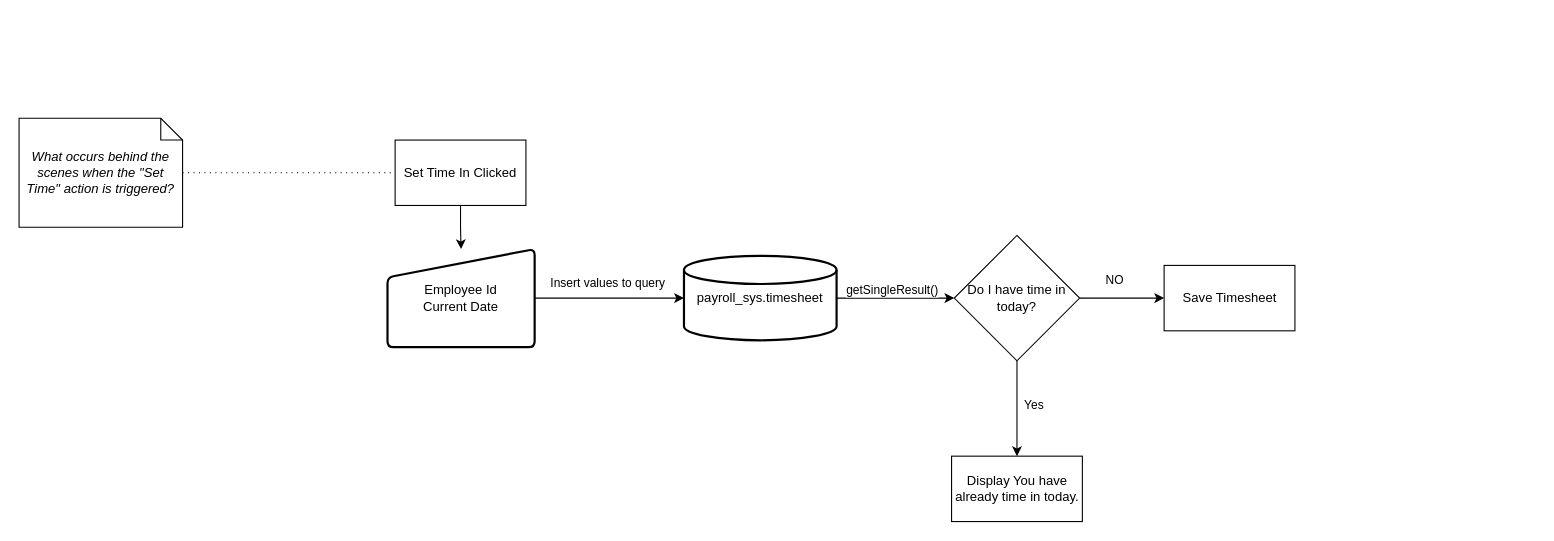
Above: page "Saving Time In Process" (1 of 2) of Untitled Diagram.drawio in mmdc-j-abejo/draw (draw.io), before the change. Source tidied: cells renumbered, new cells numbered last; positions are measured from the earlier drawing's top-left corner, leaving out a move shared by most shapes. Both pictures are drawn from the tidied source at 109%, with x=0, y=0 at pixel (19, 118).
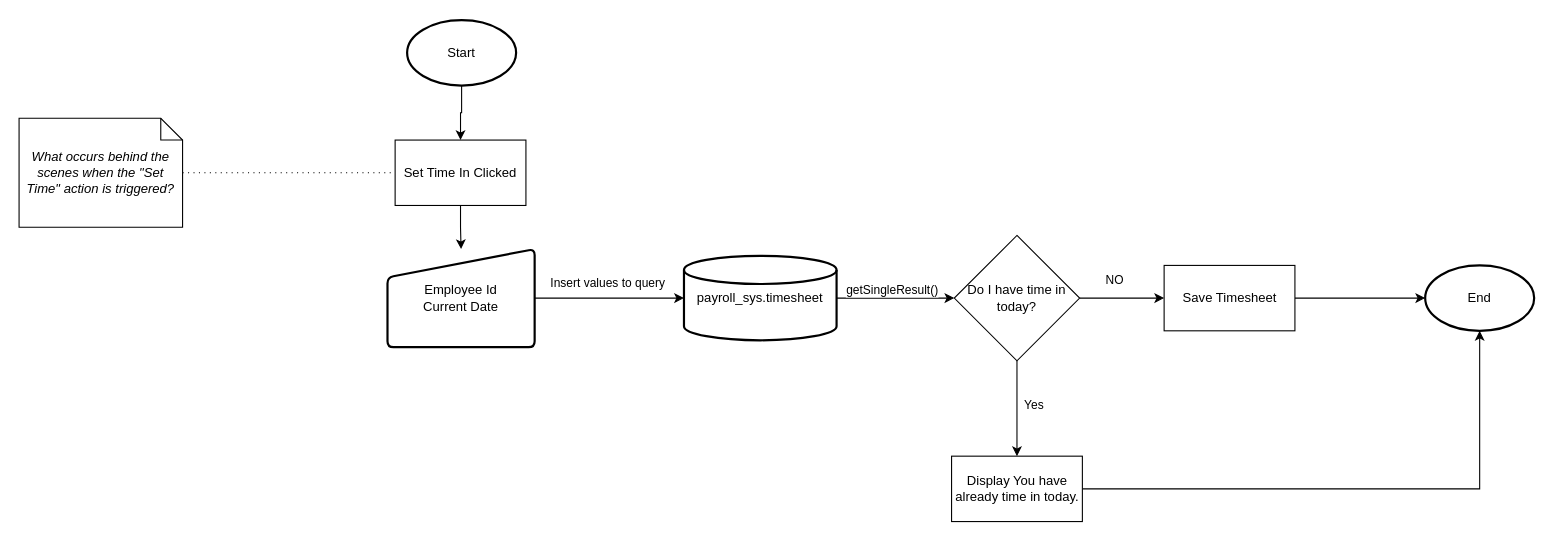
After the change.

Unchanged cells that the change refers to:
```xml
<mxCell id="3" value="Set Time In Clicked" style="rounded=0;whiteSpace=wrap;html=1;" parent="1" vertex="1">
  <mxGeometry x="345" y="20" width="120" height="60" as="geometry" />
</mxCell>
<mxCell id="11" value="Save Timesheet" style="whiteSpace=wrap;html=1;rounded=0;" parent="1" vertex="1">
  <mxGeometry x="1050.5" y="135" width="120" height="60" as="geometry" />
</mxCell>
<mxCell id="18" value="Display You have already time in today." style="whiteSpace=wrap;html=1;rounded=0;" parent="1" vertex="1">
  <mxGeometry x="855.5" y="310" width="120" height="60" as="geometry" />
</mxCell>
```

The edit, as a diff of the source:
```diff
@@
+    <mxCell id="19" style="edgeStyle=orthogonalEdgeStyle;rounded=0;jettySize=auto;html=1;" parent="1" edge="1" source="11" target="23">
+      <mxGeometry relative="1" as="geometry" />
+    </mxCell>
@@
+    <mxCell id="20" style="edgeStyle=orthogonalEdgeStyle;rounded=0;jettySize=auto;html=1;" parent="1" edge="1" source="18" target="23">
+      <mxGeometry relative="1" as="geometry" />
+    </mxCell>
@@
+    <mxCell id="21" style="edgeStyle=orthogonalEdgeStyle;rounded=0;jettySize=auto;html=1;" parent="1" edge="1" source="22" target="3">
+      <mxGeometry relative="1" as="geometry" />
+    </mxCell>
+    <mxCell id="22" value="Start" style="strokeWidth=2;html=1;shape=mxgraph.flowchart.start_1;whiteSpace=wrap;" parent="1" vertex="1">
+      <mxGeometry x="356" y="-90" width="100" height="60" as="geometry" />
+    </mxCell>
+    <mxCell id="23" value="End" style="strokeWidth=2;html=1;shape=mxgraph.flowchart.start_1;whiteSpace=wrap;" parent="1" vertex="1">
+      <mxGeometry x="1290" y="135" width="100" height="60" as="geometry" />
+    </mxCell>
```
